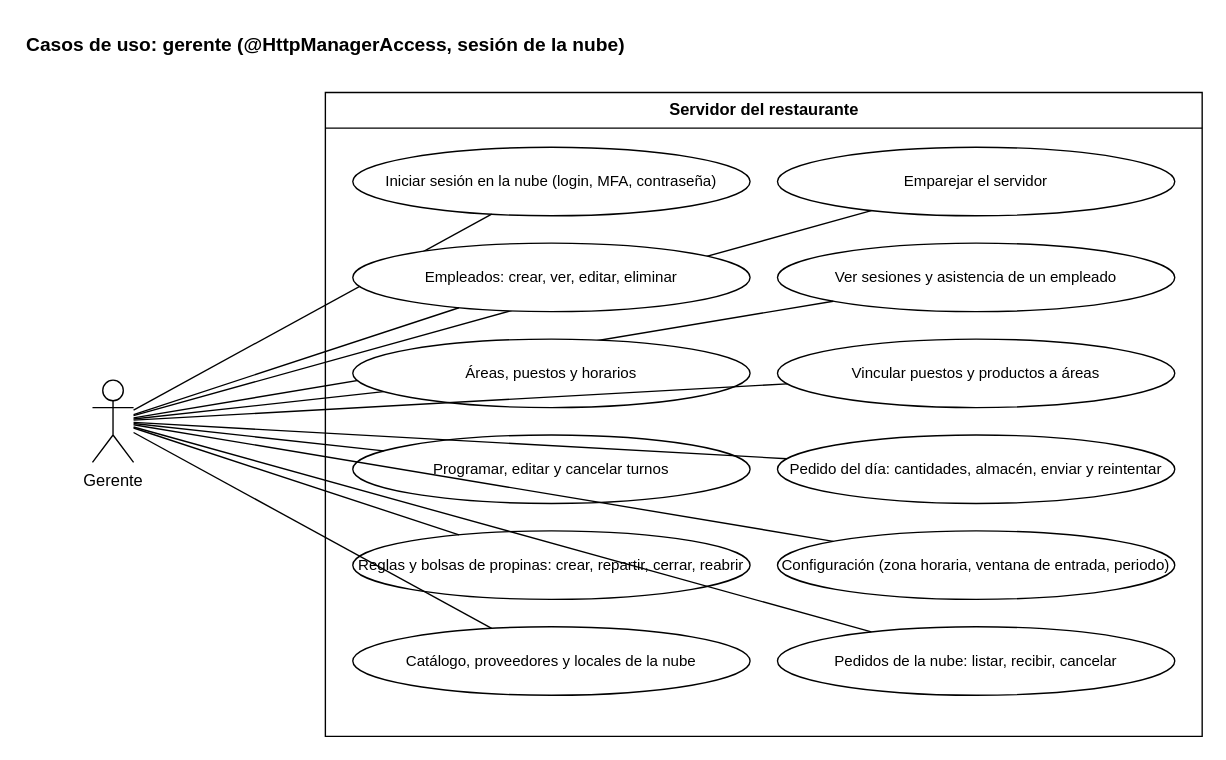
Before: documents/diagrams/use-cases/gerente.drawio in Andry510/miyabi-restaurant-server, a draw.io diagram. Source tidied: cells renumbered, new cells numbered last; positions are measured from the earlier drawing's top-left corner, leaving out a move shared by most shapes. Both pictures are drawn from the tidied source at 137%, with x=0, y=0 at pixel (23, 23).
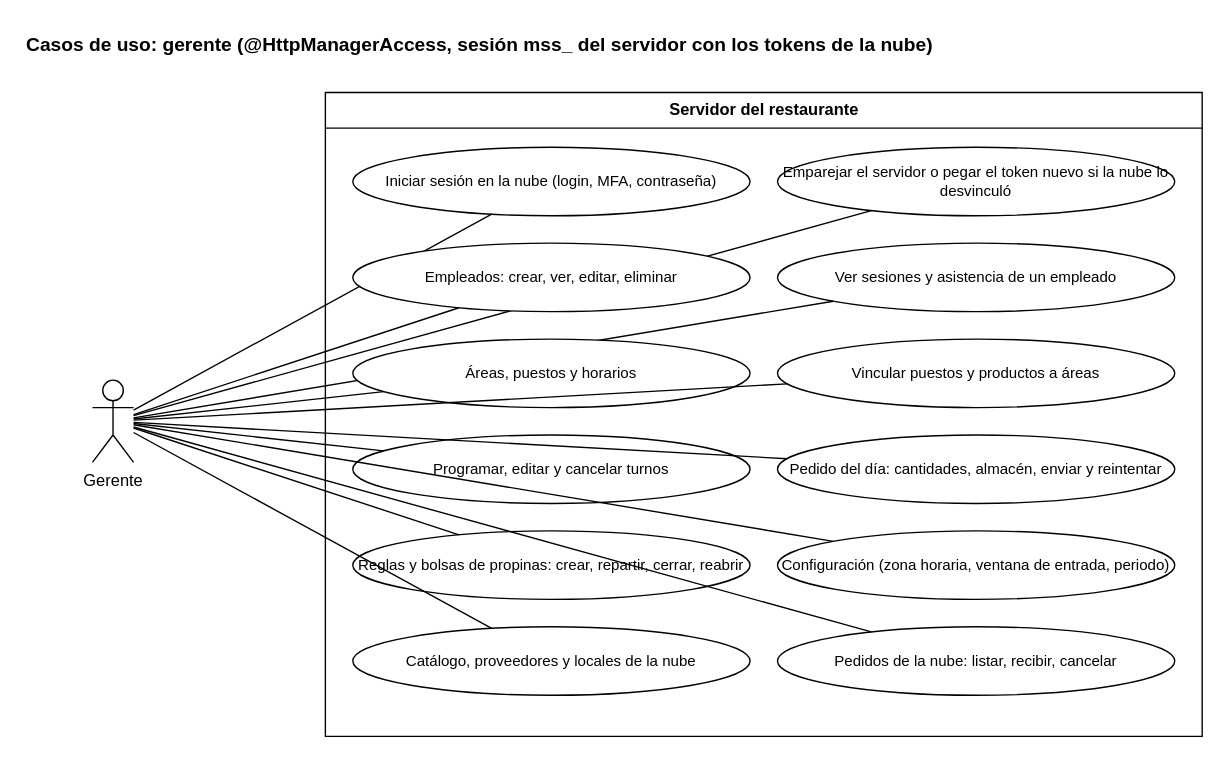
The same page after the edit.

Change to the diagram source:
```diff
@@
-    <mxCell id="2" value="Casos de uso: gerente (@HttpManagerAccess, sesión de la nube)" style="text;html=1;align=left;verticalAlign=middle;fontStyle=1;fontSize=14;" parent="1" vertex="1">
+    <mxCell id="2" value="Casos de uso: gerente (@HttpManagerAccess, sesión mss_ del servidor con los tokens de la nube)" style="text;html=1;align=left;verticalAlign=middle;fontStyle=1;fontSize=14;" parent="1" vertex="1">
       <mxGeometry width="800" height="30" as="geometry" />
     </mxCell>
@@
-    <mxCell id="7" value="Emparejar el servidor" style="ellipse;whiteSpace=wrap;html=1;fontSize=11;" parent="1" vertex="1">
+    <mxCell id="7" value="Emparejar el servidor o pegar el token nuevo si la nube lo desvinculó" style="ellipse;whiteSpace=wrap;html=1;fontSize=11;" parent="1" vertex="1">
       <mxGeometry x="550" y="90" width="290" height="50" as="geometry" />
     </mxCell>
```
